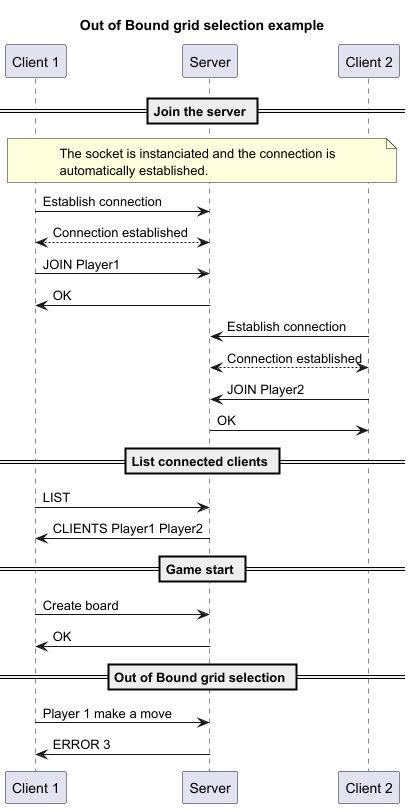
Before: doc/img/out_of_bound_error_example-Out_of_Bound_grid_selection_example.png, a diagram exported from PlantUML (AlexB-HEIG/DAI-Practical-work-2).
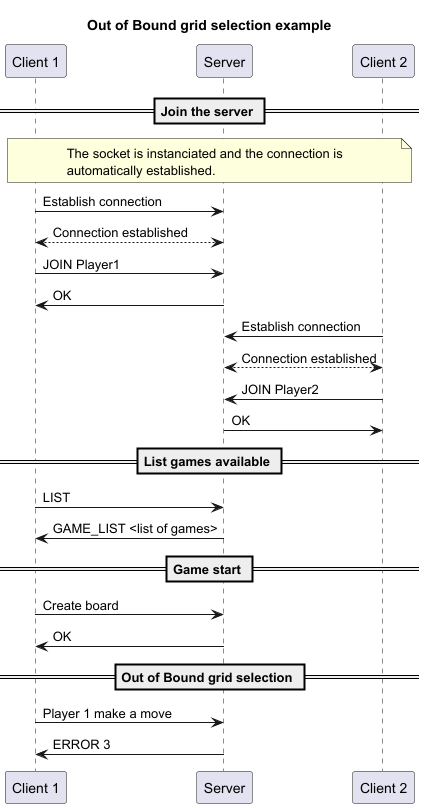
The same file after the commit.

Diff of the diagram source:
```diff
@@ -25,10 +25,10 @@
 c2->s: JOIN Player2
 s->c2: OK
 
-== List connected clients ==
+== List games available ==
 
 c1->s: LIST
-s->c1: CLIENTS Player1 Player2
+s->c1: GAME_LIST <list of games>
 
 == Game start ==
 
```
